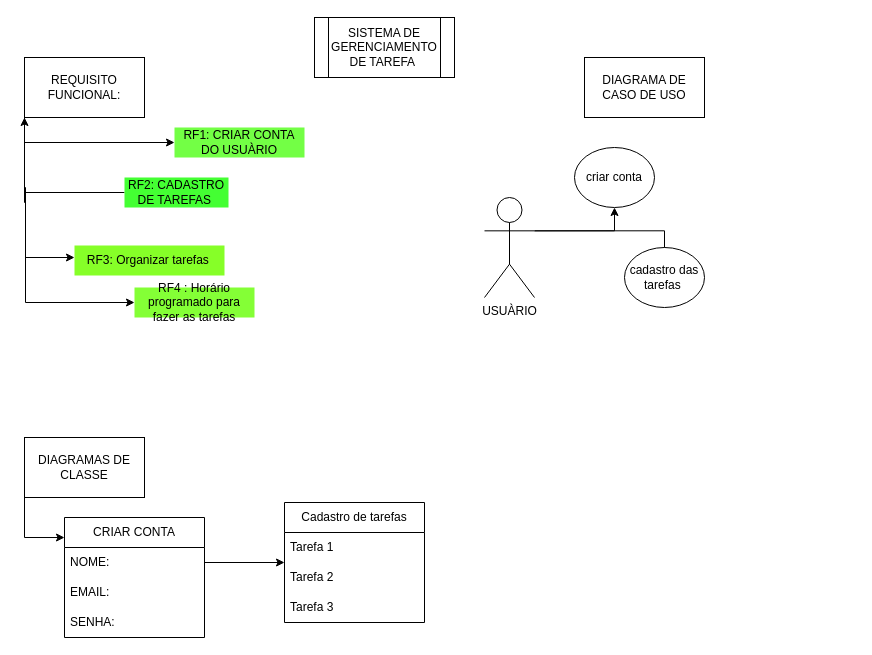
Above: page "Página-5" (5 of 6) of Diagrama sem nome.drawio in Bernardo-Alves125/Diagramas-de-requisitos (draw.io), before the change. Source tidied: cells renumbered, new cells numbered last; positions are measured from the earlier drawing's top-left corner, leaving out a move shared by most shapes. Both pictures are drawn from the tidied source at 100%, with x=0, y=0 at pixel (24, 17).
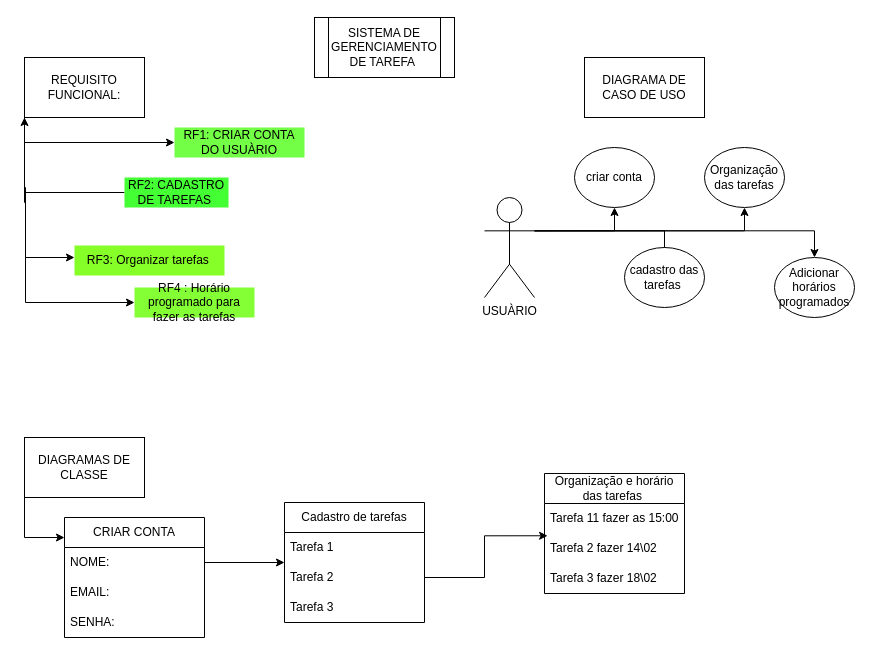
The same page after the edit.

Unchanged cells that the change refers to:
```xml
<mxCell id="12" value="USUÀRIO" style="shape=umlActor;verticalLabelPosition=bottom;verticalAlign=top;html=1;outlineConnect=0;" parent="1" vertex="1">
  <mxGeometry x="460" y="180" width="50" height="100" as="geometry" />
</mxCell>
<mxCell id="24" value="Tarefa 2" style="text;strokeColor=none;fillColor=none;align=left;verticalAlign=middle;spacingLeft=4;spacingRight=4;overflow=hidden;points=[[0,0.5],[1,0.5]];portConstraint=eastwest;whiteSpace=wrap;html=1;" parent="22" vertex="1">
  <mxGeometry y="60" width="140" height="30" as="geometry" />
</mxCell>
```

Change to the diagram source:
```diff
@@
+    <mxCell id="30" style="edgeStyle=orthogonalEdgeStyle;rounded=0;jettySize=auto;html=1;exitX=1;exitY=0.3333333333333333;exitDx=0;exitDy=0;exitPerimeter=0;entryX=0.5;entryY=1;entryDx=0;entryDy=0;" parent="1" edge="1" source="12" target="32">
+      <mxGeometry relative="1" as="geometry" />
+    </mxCell>
+    <mxCell id="31" style="edgeStyle=orthogonalEdgeStyle;rounded=0;jettySize=auto;html=1;exitX=1;exitY=0.3333333333333333;exitDx=0;exitDy=0;exitPerimeter=0;entryX=0.5;entryY=0;entryDx=0;entryDy=0;" parent="1" edge="1" source="12" target="33">
+      <mxGeometry relative="1" as="geometry" />
+    </mxCell>
@@
+    <mxCell id="32" value="Organização das tarefas" style="ellipse;whiteSpace=wrap;html=1;" parent="1" vertex="1">
+      <mxGeometry x="680" y="130" width="80" height="60" as="geometry" />
+    </mxCell>
+    <mxCell id="33" value="Adicionar horários programados" style="ellipse;whiteSpace=wrap;html=1;" parent="1" vertex="1">
+      <mxGeometry x="750" y="240" width="80" height="60" as="geometry" />
+    </mxCell>
+    <mxCell id="34" value="Organização e horário das tarefas&amp;nbsp;" style="swimlane;fontStyle=0;horizontal=1;startSize=30;whiteSpace=wrap;html=1;" parent="1" vertex="1">
+      <mxGeometry x="520" y="456" width="140" height="120" as="geometry" />
+    </mxCell>
+    <mxCell id="35" value="Tarefa 11 fazer as 15:00" style="text;strokeColor=none;fillColor=none;align=left;verticalAlign=middle;spacingLeft=4;spacingRight=4;overflow=hidden;whiteSpace=wrap;html=1;" parent="34" vertex="1">
+      <mxGeometry y="30" width="140" height="30" as="geometry" />
+    </mxCell>
+    <mxCell id="36" value="Tarefa 2 fazer 14\02" style="text;strokeColor=none;fillColor=none;align=left;verticalAlign=middle;spacingLeft=4;spacingRight=4;overflow=hidden;points=[[0,0.5],[1,0.5]];portConstraint=eastwest;whiteSpace=wrap;html=1;" parent="34" vertex="1">
+      <mxGeometry y="60" width="140" height="30" as="geometry" />
+    </mxCell>
+    <mxCell id="37" value="Tarefa 3 fazer 18\02" style="text;strokeColor=none;fillColor=none;align=left;verticalAlign=middle;spacingLeft=4;spacingRight=4;overflow=hidden;whiteSpace=wrap;html=1;" parent="34" vertex="1">
+      <mxGeometry y="90" width="140" height="30" as="geometry" />
+    </mxCell>
+    <mxCell id="38" style="edgeStyle=orthogonalEdgeStyle;rounded=0;jettySize=auto;html=1;exitX=1;exitY=0.5;exitDx=0;exitDy=0;entryX=0.022;entryY=0.076;entryDx=0;entryDy=0;entryPerimeter=0;" parent="1" edge="1" source="24" target="36">
+      <mxGeometry relative="1" as="geometry" />
+    </mxCell>
```
